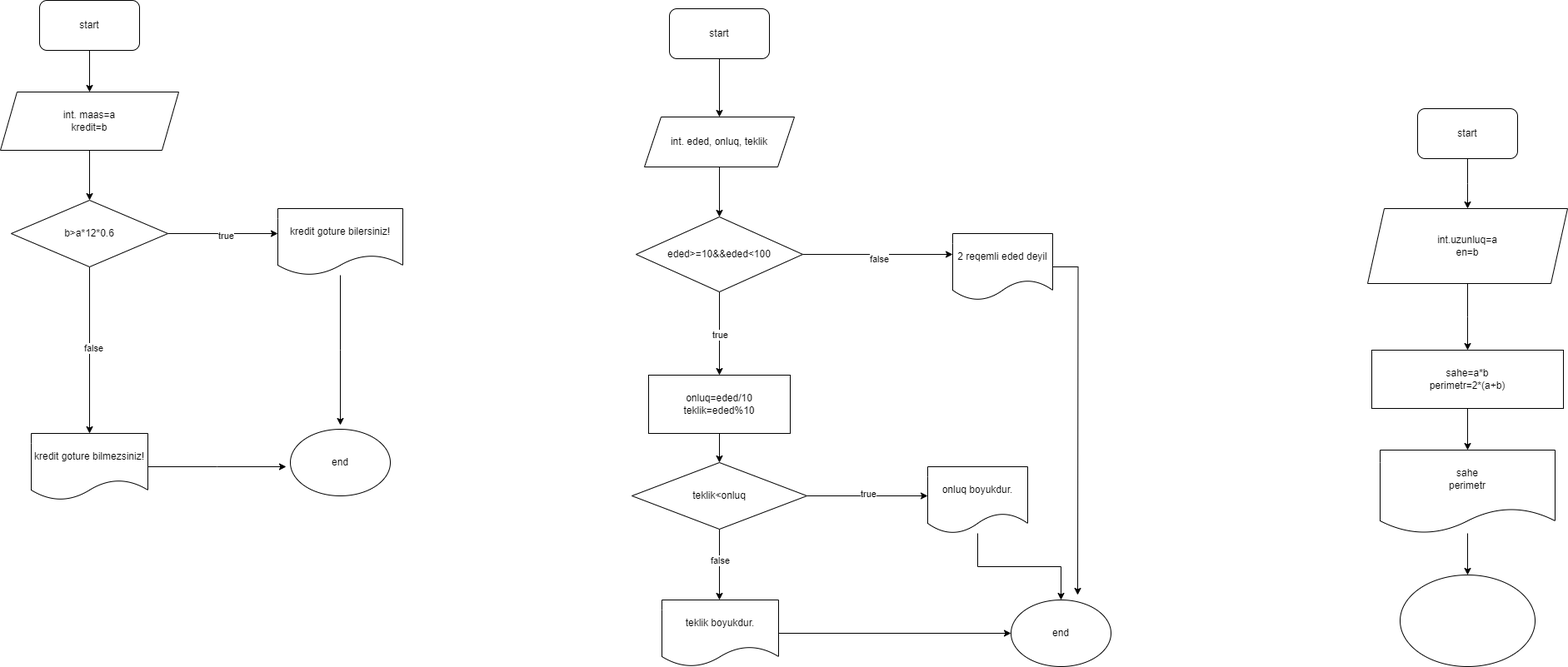
The draw.io diagram task.png in SirTogrul/task, before a commit. Source tidied: cells renumbered, new cells last; positions are measured from the earlier drawing's top-left corner, leaving out a move shared by most shapes.
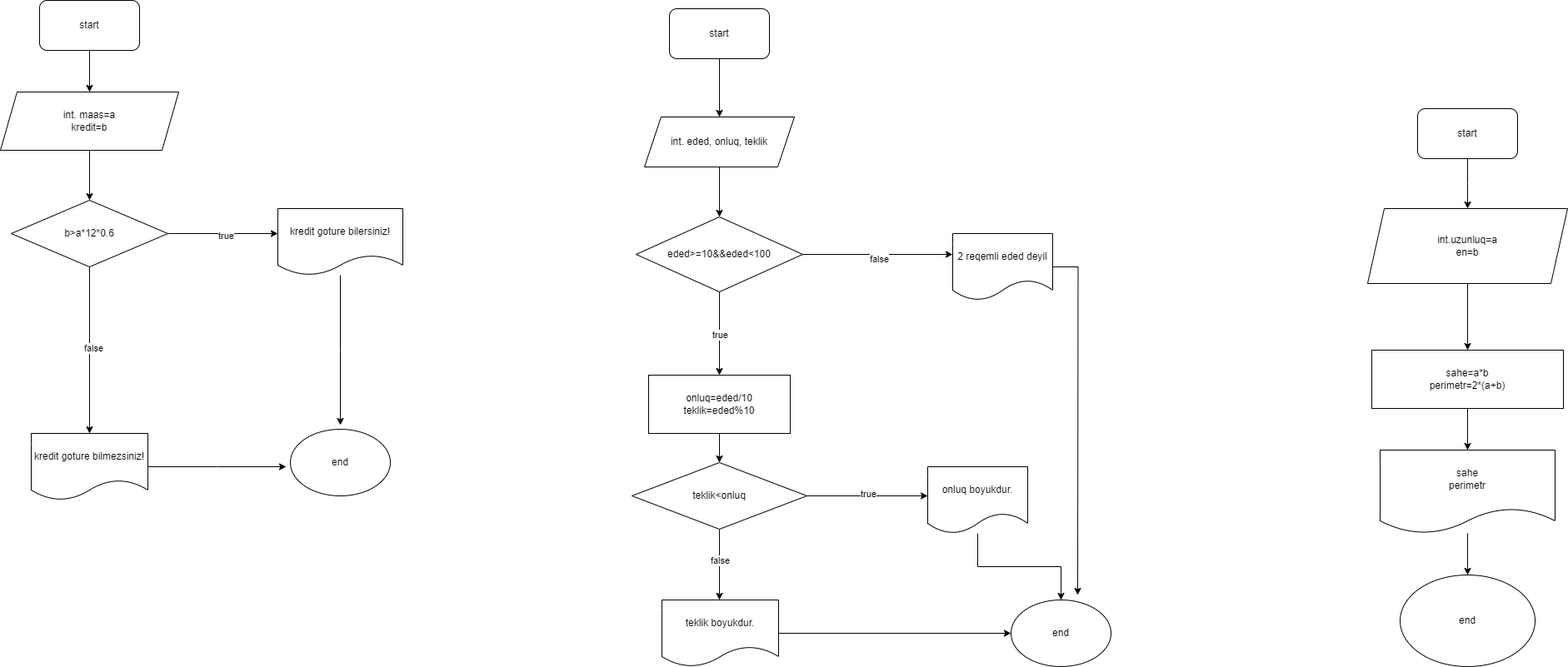
The same file after the commit.

Commit message:
mission completed

The edit, as a diff of the source:
```diff
@@ -161,7 +161,7 @@
     <mxCell id="46" value="sahe&lt;div&gt;perimetr&lt;/div&gt;" style="shape=document;whiteSpace=wrap;html=1;boundedLbl=1;" parent="1" vertex="1">
       <mxGeometry x="1656" y="540" width="210" height="100" as="geometry" />
     </mxCell>
-    <mxCell id="47" style="ellipse;whiteSpace=wrap;html=1;" parent="1" vertex="1">
+    <mxCell id="47" value="end" style="ellipse;whiteSpace=wrap;html=1;" parent="1" vertex="1">
       <mxGeometry x="1680" y="690" width="162" height="110" as="geometry" />
     </mxCell>
   </root>
```
